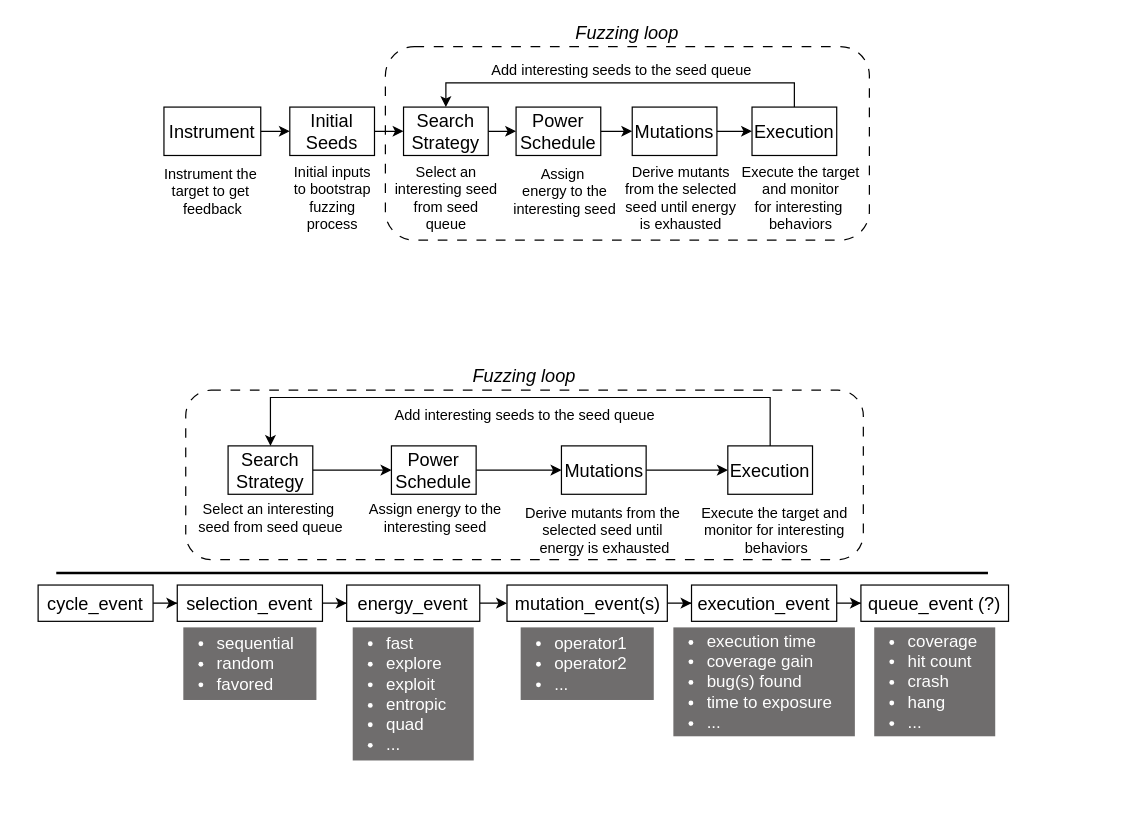
sritejakv/fuzzing_workshop_ndss keeps this draw.io diagram as tex/assets/diagrams.drawio. Above is the earlier version. Source tidied: cells renumbered, new cells numbered last; positions are measured from the earlier drawing's top-left corner, leaving out a move shared by most shapes. Both pictures are drawn from the tidied source at 121%, with x=0, y=0 at pixel (38, 46).
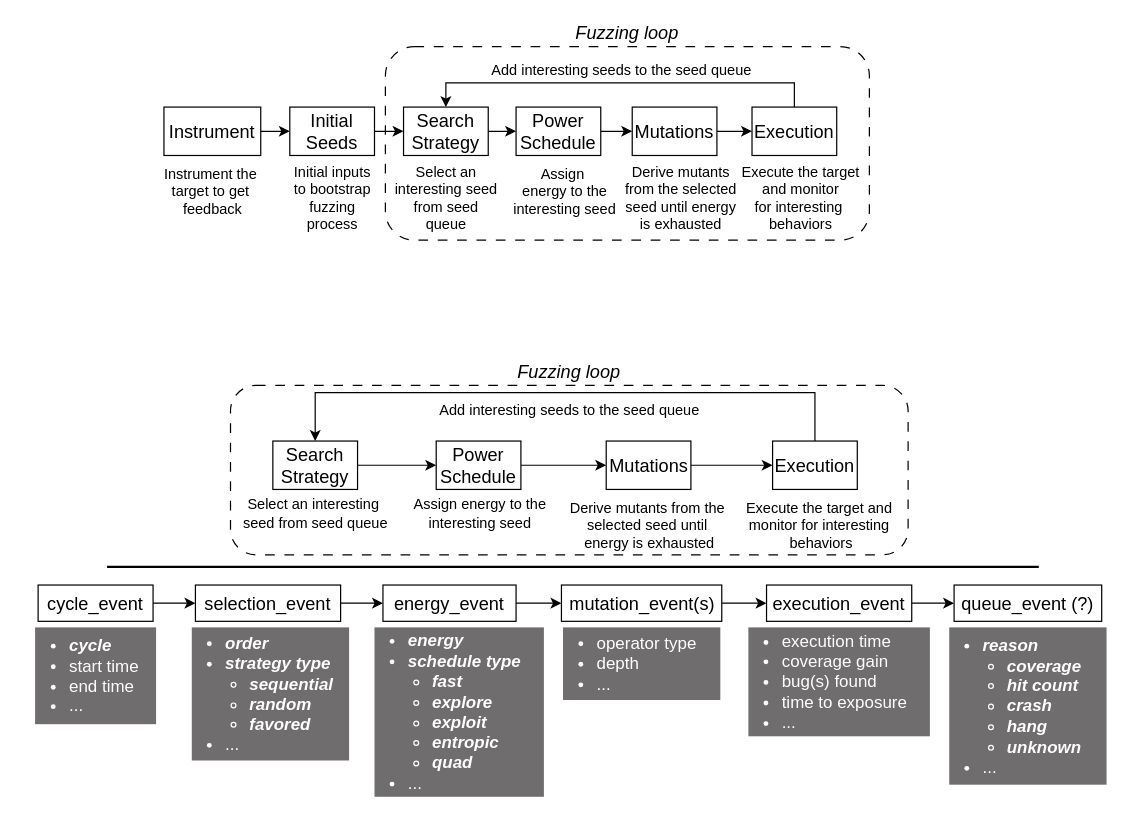
The same page after the edit.

Change to the diagram source:
```diff
@@
     <mxCell id="2" value="Fuzzing loop" style="rounded=1;whiteSpace=wrap;html=1;fillColor=none;dashed=1;dashPattern=8 8;labelPosition=center;verticalLabelPosition=top;align=center;verticalAlign=bottom;fontSize=15;fontStyle=2;" parent="1" vertex="1">
-      <mxGeometry x="122" y="284" width="560" height="140" as="geometry" />
+      <mxGeometry x="159" y="280" width="560" height="140" as="geometry" />
     </mxCell>
@@
     <mxCell id="24" value="Search Strategy" style="rounded=0;whiteSpace=wrap;html=1;fontSize=15;" parent="1" vertex="1">
-      <mxGeometry x="157" y="330" width="70" height="40" as="geometry" />
+      <mxGeometry x="194" y="326" width="70" height="40" as="geometry" />
     </mxCell>
@@
     <mxCell id="26" value="Power Schedule" style="rounded=0;whiteSpace=wrap;html=1;fontSize=15;" parent="1" vertex="1">
-      <mxGeometry x="292" y="330" width="70" height="40" as="geometry" />
+      <mxGeometry x="329" y="326" width="70" height="40" as="geometry" />
     </mxCell>
@@
     <mxCell id="28" value="Mutations" style="rounded=0;whiteSpace=wrap;html=1;fontSize=15;" parent="1" vertex="1">
-      <mxGeometry x="432.5" y="330" width="70" height="40" as="geometry" />
+      <mxGeometry x="469.5" y="326" width="70" height="40" as="geometry" />
     </mxCell>
     <mxCell id="29" style="edgeStyle=orthogonalEdgeStyle;rounded=0;jettySize=auto;html=1;entryX=0.5;entryY=0;entryDx=0;entryDy=0;" parent="1" edge="1" source="30" target="24">
       <mxGeometry relative="1" as="geometry">
         <Array as="points">
-          <mxPoint x="497" y="290" />
-          <mxPoint x="227" y="290" />
+          <mxPoint x="534" y="286" />
+          <mxPoint x="264" y="286" />
         </Array>
       </mxGeometry>
     </mxCell>
     <mxCell id="30" value="Execution" style="rounded=0;whiteSpace=wrap;html=1;fontSize=15;" parent="1" vertex="1">
-      <mxGeometry x="570" y="330" width="70" height="40" as="geometry" />
+      <mxGeometry x="607" y="326" width="70" height="40" as="geometry" />
     </mxCell>
     <mxCell id="31" value="Assign energy&amp;nbsp;&lt;span style=&quot;background-color: transparent; color: light-dark(rgb(0, 0, 0), rgb(255, 255, 255));&quot;&gt;to the&lt;/span&gt;&lt;div&gt;interesting seed&lt;/div&gt;" style="text;html=1;align=center;verticalAlign=middle;strokeColor=none;fillColor=none;" parent="1" vertex="1">
-      <mxGeometry x="262.5" y="370" width="130" height="40" as="geometry" />
+      <mxGeometry x="299.5" y="366" width="130" height="40" as="geometry" />
     </mxCell>
     <mxCell id="32" value="Derive mutants&amp;nbsp;&lt;span style=&quot;background-color: transparent; color: light-dark(rgb(0, 0, 0), rgb(255, 255, 255));&quot;&gt;from the&amp;nbsp;&lt;/span&gt;&lt;div&gt;&lt;span style=&quot;background-color: transparent; color: light-dark(rgb(0, 0, 0), rgb(255, 255, 255));&quot;&gt;selected&amp;nbsp;&lt;/span&gt;&lt;span style=&quot;background-color: transparent; color: light-dark(rgb(0, 0, 0), rgb(255, 255, 255));&quot;&gt;seed until&amp;nbsp;&lt;/span&gt;&lt;div&gt;energy&amp;nbsp;&lt;span style=&quot;background-color: transparent; color: light-dark(rgb(0, 0, 0), rgb(255, 255, 255));&quot;&gt;is exhausted&lt;/span&gt;&lt;/div&gt;&lt;/div&gt;" style="text;html=1;align=center;verticalAlign=middle;strokeColor=none;fillColor=none;" parent="1" vertex="1">
-      <mxGeometry x="392.5" y="370" width="150" height="60" as="geometry" />
+      <mxGeometry x="429.5" y="366" width="150" height="60" as="geometry" />
     </mxCell>
     <mxCell id="33" value="Execute the target&amp;nbsp;&lt;span style=&quot;background-color: transparent; color: light-dark(rgb(0, 0, 0), rgb(255, 255, 255));&quot;&gt;and&amp;nbsp;&lt;/span&gt;&lt;div&gt;&lt;span style=&quot;background-color: transparent; color: light-dark(rgb(0, 0, 0), rgb(255, 255, 255));&quot;&gt;monitor&amp;nbsp;&lt;/span&gt;&lt;span style=&quot;background-color: transparent; color: light-dark(rgb(0, 0, 0), rgb(255, 255, 255));&quot;&gt;for interesting&amp;nbsp;&lt;/span&gt;&lt;div&gt;&lt;div&gt;behaviors&lt;/div&gt;&lt;/div&gt;&lt;/div&gt;" style="text;html=1;align=center;verticalAlign=middle;strokeColor=none;fillColor=none;" parent="1" vertex="1">
-      <mxGeometry x="535" y="370" width="150" height="60" as="geometry" />
+      <mxGeometry x="572" y="366" width="150" height="60" as="geometry" />
     </mxCell>
     <mxCell id="34" value="Select an&amp;nbsp;&lt;span style=&quot;background-color: transparent; color: light-dark(rgb(0, 0, 0), rgb(255, 255, 255));&quot;&gt;interesting&amp;nbsp;&lt;/span&gt;&lt;div&gt;seed&amp;nbsp;&lt;span style=&quot;background-color: transparent; color: light-dark(rgb(0, 0, 0), rgb(255, 255, 255));&quot;&gt;from seed&amp;nbsp;&lt;/span&gt;&lt;span style=&quot;background-color: transparent; color: light-dark(rgb(0, 0, 0), rgb(255, 255, 255));&quot;&gt;queue&lt;/span&gt;&lt;/div&gt;" style="text;html=1;align=center;verticalAlign=middle;strokeColor=none;fillColor=none;" parent="1" vertex="1">
-      <mxGeometry x="122" y="370" width="140" height="40" as="geometry" />
+      <mxGeometry x="159" y="366" width="140" height="40" as="geometry" />
     </mxCell>
     <mxCell id="35" style="endArrow=none;html=1;rounded=0;strokeWidth=2;" parent="1" edge="1">
       <mxGeometry relative="1" as="geometry">
-        <mxPoint x="15" y="435" as="sourcePoint" />
-        <mxPoint x="785" y="435" as="targetPoint" />
+        <mxPoint x="57" y="430" as="sourcePoint" />
+        <mxPoint x="827" y="430" as="targetPoint" />
       </mxGeometry>
     </mxCell>
@@
     <mxCell id="39" value="selection_event" style="rounded=0;whiteSpace=wrap;html=1;fontSize=15;" parent="1" vertex="1">
-      <mxGeometry x="115" y="445" width="120" height="30" as="geometry" />
+      <mxGeometry x="130" y="445" width="120" height="30" as="geometry" />
     </mxCell>
@@
     <mxCell id="41" value="energy_event" style="rounded=0;whiteSpace=wrap;html=1;fontSize=15;" parent="1" vertex="1">
-      <mxGeometry x="255" y="445" width="110" height="30" as="geometry" />
+      <mxGeometry x="285" y="445" width="110" height="30" as="geometry" />
     </mxCell>
@@
     <mxCell id="43" value="mutation_event(s)" style="rounded=0;whiteSpace=wrap;html=1;fontSize=15;" parent="1" vertex="1">
-      <mxGeometry x="387.5" y="445" width="132.5" height="30" as="geometry" />
+      <mxGeometry x="432.5" y="445" width="132.5" height="30" as="geometry" />
     </mxCell>
@@
     <mxCell id="45" value="execution_event" style="rounded=0;whiteSpace=wrap;html=1;fontSize=15;" parent="1" vertex="1">
-      <mxGeometry x="540" y="445" width="120" height="30" as="geometry" />
+      <mxGeometry x="602" y="445" width="120" height="30" as="geometry" />
     </mxCell>
     <mxCell id="46" value="queue_event (?)" style="rounded=0;whiteSpace=wrap;html=1;fontSize=15;" parent="1" vertex="1">
-      <mxGeometry x="680" y="445" width="122" height="30" as="geometry" />
+      <mxGeometry x="757" y="445" width="122" height="30" as="geometry" />
     </mxCell>
-    <mxCell id="47" value="&lt;ul&gt;&lt;li&gt;sequential&lt;/li&gt;&lt;li&gt;random&lt;/li&gt;&lt;li&gt;favored&lt;/li&gt;&lt;/ul&gt;" style="text;html=1;align=left;verticalAlign=middle;strokeColor=none;fillColor=light-dark(#6f6d6d, #ededed);fontSize=14;spacing=0;spacingLeft=-12;spacingTop=-12;spacingBottom=-12;fontColor=#FFFFFF;" parent="1" vertex="1">
-      <mxGeometry x="120" y="480" width="110" height="60" as="geometry" />
+    <mxCell id="47" value="&lt;ul&gt;&lt;li&gt;&lt;b&gt;&lt;i&gt;order&lt;/i&gt;&lt;/b&gt;&lt;/li&gt;&lt;li&gt;&lt;b&gt;&lt;i&gt;strategy type&lt;/i&gt;&lt;/b&gt;&lt;/li&gt;&lt;ul style=&quot;padding-left: 20px;&quot;&gt;&lt;li&gt;&lt;b&gt;&lt;i&gt;sequential&lt;/i&gt;&lt;/b&gt;&lt;/li&gt;&lt;li&gt;&lt;b&gt;&lt;i&gt;random&lt;/i&gt;&lt;/b&gt;&lt;/li&gt;&lt;li&gt;&lt;b&gt;&lt;i&gt;favored&lt;/i&gt;&lt;/b&gt;&lt;/li&gt;&lt;/ul&gt;&lt;li&gt;...&lt;/li&gt;&lt;/ul&gt;" style="text;html=1;align=left;verticalAlign=middle;strokeColor=none;fillColor=light-dark(#6f6d6d, #ededed);fontSize=14;spacing=0;spacingLeft=-12;spacingTop=-12;spacingBottom=-12;fontColor=#FFFFFF;" parent="1" vertex="1">
+      <mxGeometry x="127" y="480" width="130" height="110" as="geometry" />
     </mxCell>
-    <mxCell id="48" value="&lt;ul&gt;&lt;li&gt;fast&lt;/li&gt;&lt;li&gt;explore&lt;/li&gt;&lt;li&gt;exploit&lt;/li&gt;&lt;li&gt;entropic&lt;/li&gt;&lt;li&gt;quad&lt;/li&gt;&lt;li&gt;...&lt;/li&gt;&lt;/ul&gt;" style="text;html=1;align=left;verticalAlign=middle;strokeColor=none;fillColor=light-dark(#6f6d6d, #ededed);fontSize=14;spacing=0;spacingLeft=-12;spacingTop=-12;spacingBottom=-12;fontColor=#FFFFFF;" parent="1" vertex="1">
-      <mxGeometry x="260" y="480" width="100" height="110" as="geometry" />
-    </mxCell>
-    <mxCell id="49" value="&lt;ul&gt;&lt;li&gt;coverage&lt;/li&gt;&lt;li&gt;hit count&lt;/li&gt;&lt;li&gt;crash&lt;/li&gt;&lt;li&gt;hang&lt;/li&gt;&lt;li&gt;...&lt;/li&gt;&lt;/ul&gt;" style="text;html=1;align=left;verticalAlign=middle;strokeColor=none;fillColor=light-dark(#6f6d6d, #ededed);fontSize=14;spacing=0;spacingLeft=-12;spacingTop=-12;spacingBottom=-12;fontColor=#FFFFFF;" parent="1" vertex="1">
-      <mxGeometry x="691" y="480" width="100" height="90" as="geometry" />
-    </mxCell>
     <mxCell id="50" value="Add interesting seeds&amp;nbsp;&lt;span style=&quot;background-color: transparent; color: light-dark(rgb(0, 0, 0), rgb(255, 255, 255));&quot;&gt;to the seed queue&lt;/span&gt;" style="text;html=1;align=center;verticalAlign=middle;strokeColor=none;fillColor=none;" parent="1" vertex="1">
-      <mxGeometry x="282" y="290" width="240" height="30" as="geometry" />
+      <mxGeometry x="319" y="286" width="240" height="30" as="geometry" />
     </mxCell>
-    <mxCell id="51" value="&lt;ul&gt;&lt;li&gt;operator1&lt;/li&gt;&lt;li&gt;operator2&lt;/li&gt;&lt;li&gt;...&lt;/li&gt;&lt;/ul&gt;" style="text;html=1;align=left;verticalAlign=middle;strokeColor=none;fillColor=light-dark(#6f6d6d, #ededed);fontSize=14;spacing=0;spacingLeft=-12;spacingTop=-12;spacingBottom=-12;fontColor=#FFFFFF;" parent="1" vertex="1">
-      <mxGeometry x="398.8" y="480" width="110" height="60" as="geometry" />
-    </mxCell>
     <mxCell id="52" value="&lt;ul&gt;&lt;li&gt;execution time&lt;/li&gt;&lt;li&gt;coverage gain&lt;/li&gt;&lt;li&gt;bug(s) found&lt;/li&gt;&lt;li&gt;time to exposure&lt;/li&gt;&lt;li&gt;...&lt;/li&gt;&lt;/ul&gt;" style="text;html=1;align=left;verticalAlign=middle;strokeColor=none;fillColor=light-dark(#6f6d6d, #ededed);fontSize=14;spacing=0;spacingLeft=-12;spacingTop=-12;spacingBottom=-12;fontColor=#FFFFFF;" parent="1" vertex="1">
-      <mxGeometry x="525" y="480" width="150" height="90" as="geometry" />
+      <mxGeometry x="587" y="480" width="150" height="90" as="geometry" />
     </mxCell>
+    <mxCell id="53" value="&lt;ul&gt;&lt;li&gt;&lt;b&gt;&lt;i&gt;cycle&lt;/i&gt;&lt;/b&gt;&lt;/li&gt;&lt;li&gt;start time&lt;/li&gt;&lt;li&gt;end time&lt;/li&gt;&lt;li&gt;...&lt;/li&gt;&lt;/ul&gt;" style="text;html=1;align=left;verticalAlign=middle;strokeColor=none;fillColor=light-dark(#6f6d6d, #ededed);fontSize=14;spacing=0;spacingLeft=-12;spacingTop=-12;spacingBottom=-12;fontColor=#FFFFFF;" parent="1" vertex="1">
+      <mxGeometry x="-2.5" y="480" width="100" height="80" as="geometry" />
+    </mxCell>
+    <mxCell id="54" value="&lt;ul&gt;&lt;li&gt;&lt;b&gt;&lt;i&gt;energy&lt;/i&gt;&lt;/b&gt;&lt;/li&gt;&lt;li&gt;&lt;b&gt;&lt;i&gt;schedule type&lt;/i&gt;&lt;/b&gt;&lt;/li&gt;&lt;ul style=&quot;padding-left: 20px;&quot;&gt;&lt;li&gt;&lt;b&gt;&lt;i&gt;fast&lt;/i&gt;&lt;/b&gt;&lt;/li&gt;&lt;li&gt;&lt;b&gt;&lt;i&gt;explore&lt;/i&gt;&lt;/b&gt;&lt;/li&gt;&lt;li&gt;&lt;b&gt;&lt;i&gt;exploit&lt;/i&gt;&lt;/b&gt;&lt;/li&gt;&lt;li&gt;&lt;b&gt;&lt;i&gt;entropic&lt;/i&gt;&lt;/b&gt;&lt;/li&gt;&lt;li&gt;&lt;b&gt;&lt;i&gt;quad&lt;/i&gt;&lt;/b&gt;&lt;/li&gt;&lt;/ul&gt;&lt;li&gt;...&lt;/li&gt;&lt;/ul&gt;" style="text;html=1;align=left;verticalAlign=middle;strokeColor=none;fillColor=light-dark(#6f6d6d, #ededed);fontSize=14;spacing=0;spacingLeft=-12;spacingTop=-12;spacingBottom=-12;fontColor=#FFFFFF;" parent="1" vertex="1">
+      <mxGeometry x="278" y="480" width="140" height="140" as="geometry" />
+    </mxCell>
+    <mxCell id="55" value="&lt;ul&gt;&lt;li&gt;operator type&lt;/li&gt;&lt;li&gt;depth&lt;/li&gt;&lt;li&gt;...&lt;/li&gt;&lt;/ul&gt;" style="text;html=1;align=left;verticalAlign=middle;strokeColor=none;fillColor=light-dark(#6f6d6d, #ededed);fontSize=14;spacing=0;spacingLeft=-12;spacingTop=-12;spacingBottom=-12;fontColor=#FFFFFF;" parent="1" vertex="1">
+      <mxGeometry x="433.8" y="480" width="130" height="60" as="geometry" />
+    </mxCell>
+    <mxCell id="56" value="&lt;ul&gt;&lt;li&gt;&lt;b&gt;&lt;i&gt;reason&lt;/i&gt;&lt;/b&gt;&lt;/li&gt;&lt;ul style=&quot;padding-left: 20px;&quot;&gt;&lt;li&gt;&lt;b&gt;&lt;i&gt;coverage&lt;/i&gt;&lt;/b&gt;&lt;/li&gt;&lt;li&gt;&lt;b&gt;&lt;i&gt;hit count&lt;/i&gt;&lt;/b&gt;&lt;/li&gt;&lt;li&gt;&lt;b&gt;&lt;i&gt;crash&lt;/i&gt;&lt;/b&gt;&lt;/li&gt;&lt;li&gt;&lt;b&gt;&lt;i&gt;hang&lt;/i&gt;&lt;/b&gt;&lt;/li&gt;&lt;li&gt;&lt;span style=&quot;background-color: transparent; color: light-dark(rgb(255, 255, 255), rgb(18, 18, 18));&quot;&gt;&lt;b&gt;&lt;i&gt;unknown&lt;/i&gt;&lt;/b&gt;&lt;/span&gt;&lt;/li&gt;&lt;/ul&gt;&lt;li&gt;...&lt;/li&gt;&lt;/ul&gt;" style="text;html=1;align=left;verticalAlign=middle;strokeColor=none;fillColor=light-dark(#6f6d6d, #ededed);fontSize=14;spacing=0;spacingLeft=-12;spacingTop=-12;spacingBottom=-12;fontColor=#FFFFFF;" parent="1" vertex="1">
+      <mxGeometry x="753" y="480" width="130" height="130" as="geometry" />
+    </mxCell>
```
